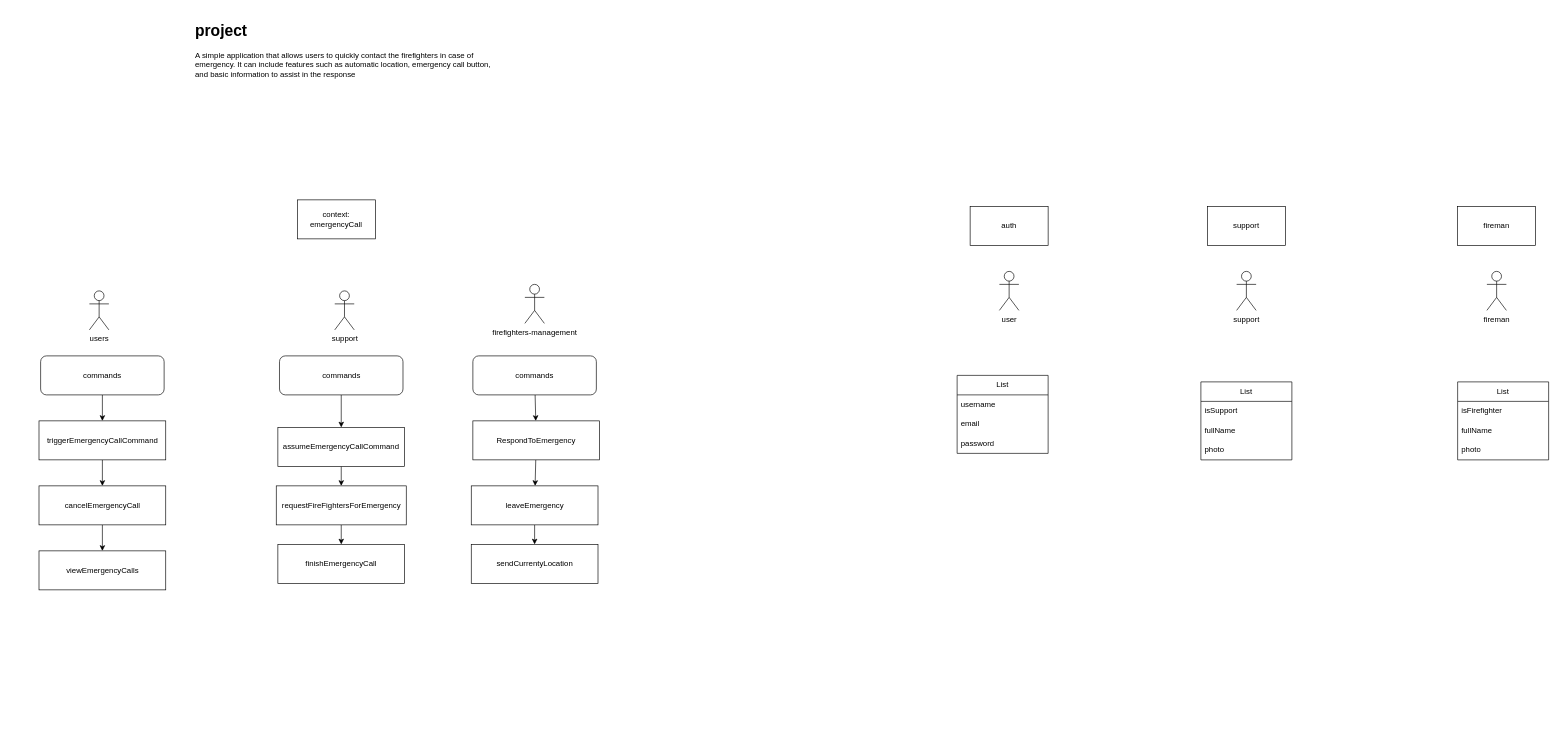
The draw.io diagram diagram/diagram.drawio in rethRed/fireman, before the edit. Source tidied: cells renumbered, new cells numbered last; positions are measured from the earlier drawing's top-left corner, leaving out a move shared by most shapes. Both pictures are drawn from the tidied source at 65%, with x=0, y=0 at pixel (38, 18).
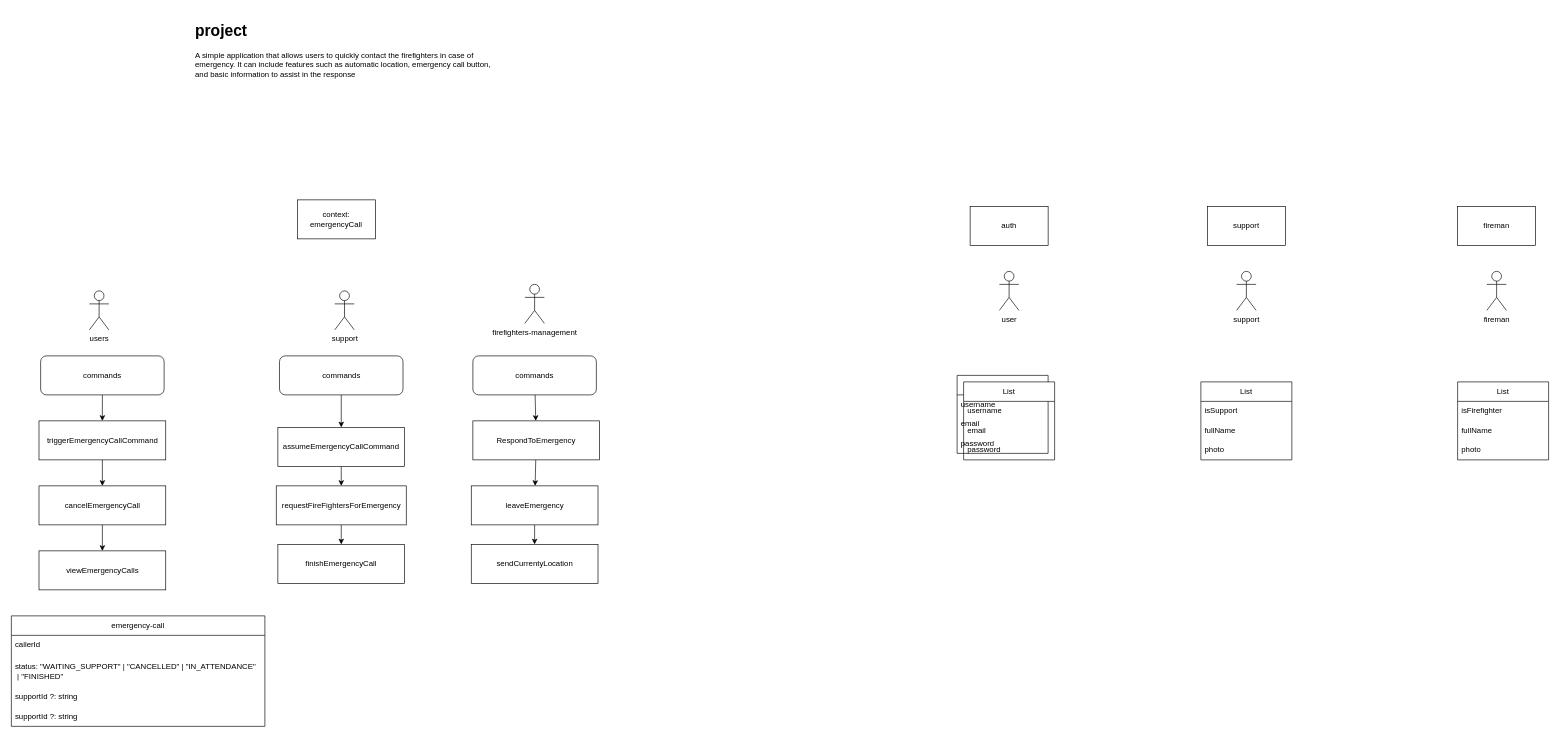
Above is the later version.

What changed in the source:
```diff
@@
+    <mxCell id="46" value="List" style="swimlane;fontStyle=0;horizontal=1;startSize=30;whiteSpace=wrap;html=1;" parent="1" vertex="1">
+      <mxGeometry x="1423" y="560" width="140" height="120" as="geometry" />
+    </mxCell>
+    <mxCell id="47" value="username" style="text;strokeColor=none;fillColor=none;align=left;verticalAlign=middle;spacingLeft=4;spacingRight=4;overflow=hidden;whiteSpace=wrap;html=1;" parent="46" vertex="1">
+      <mxGeometry y="30" width="140" height="30" as="geometry" />
+    </mxCell>
+    <mxCell id="48" value="email" style="text;strokeColor=none;fillColor=none;align=left;verticalAlign=middle;spacingLeft=4;spacingRight=4;overflow=hidden;whiteSpace=wrap;html=1;" parent="46" vertex="1">
+      <mxGeometry y="60" width="140" height="30" as="geometry" />
+    </mxCell>
+    <mxCell id="49" value="password" style="text;strokeColor=none;fillColor=none;align=left;verticalAlign=middle;spacingLeft=4;spacingRight=4;overflow=hidden;whiteSpace=wrap;html=1;" parent="46" vertex="1">
+      <mxGeometry y="90" width="140" height="30" as="geometry" />
+    </mxCell>
+    <mxCell id="50" value="emergency-call" style="swimlane;fontStyle=0;horizontal=1;startSize=30;whiteSpace=wrap;html=1;" parent="1" vertex="1">
+      <mxGeometry x="-42" y="920" width="390" height="170" as="geometry" />
+    </mxCell>
+    <mxCell id="51" value="callerId" style="text;strokeColor=none;fillColor=none;align=left;verticalAlign=middle;spacingLeft=4;spacingRight=4;overflow=hidden;whiteSpace=wrap;html=1;" parent="50" vertex="1">
+      <mxGeometry y="30" width="390" height="30" as="geometry" />
+    </mxCell>
+    <mxCell id="52" value="status: &quot;WAITING_SUPPORT&quot; | &quot;CANCELLED&quot; | &quot;IN_ATTENDANCE&quot;&amp;nbsp;&lt;br&gt;&amp;nbsp;| &quot;FINISHED&quot;" style="text;strokeColor=none;fillColor=none;align=left;verticalAlign=middle;spacingLeft=4;spacingRight=4;overflow=hidden;whiteSpace=wrap;html=1;" parent="50" vertex="1">
+      <mxGeometry y="60" width="390" height="50" as="geometry" />
+    </mxCell>
+    <mxCell id="53" value="supportId ?: string" style="text;strokeColor=none;fillColor=none;align=left;verticalAlign=middle;spacingLeft=4;spacingRight=4;overflow=hidden;whiteSpace=wrap;html=1;" parent="50" vertex="1">
+      <mxGeometry y="110" width="390" height="30" as="geometry" />
+    </mxCell>
+    <mxCell id="54" value="supportId ?: string" style="text;strokeColor=none;fillColor=none;align=left;verticalAlign=middle;spacingLeft=4;spacingRight=4;overflow=hidden;whiteSpace=wrap;html=1;" parent="50" vertex="1">
+      <mxGeometry y="140" width="390" height="30" as="geometry" />
+    </mxCell>
```
